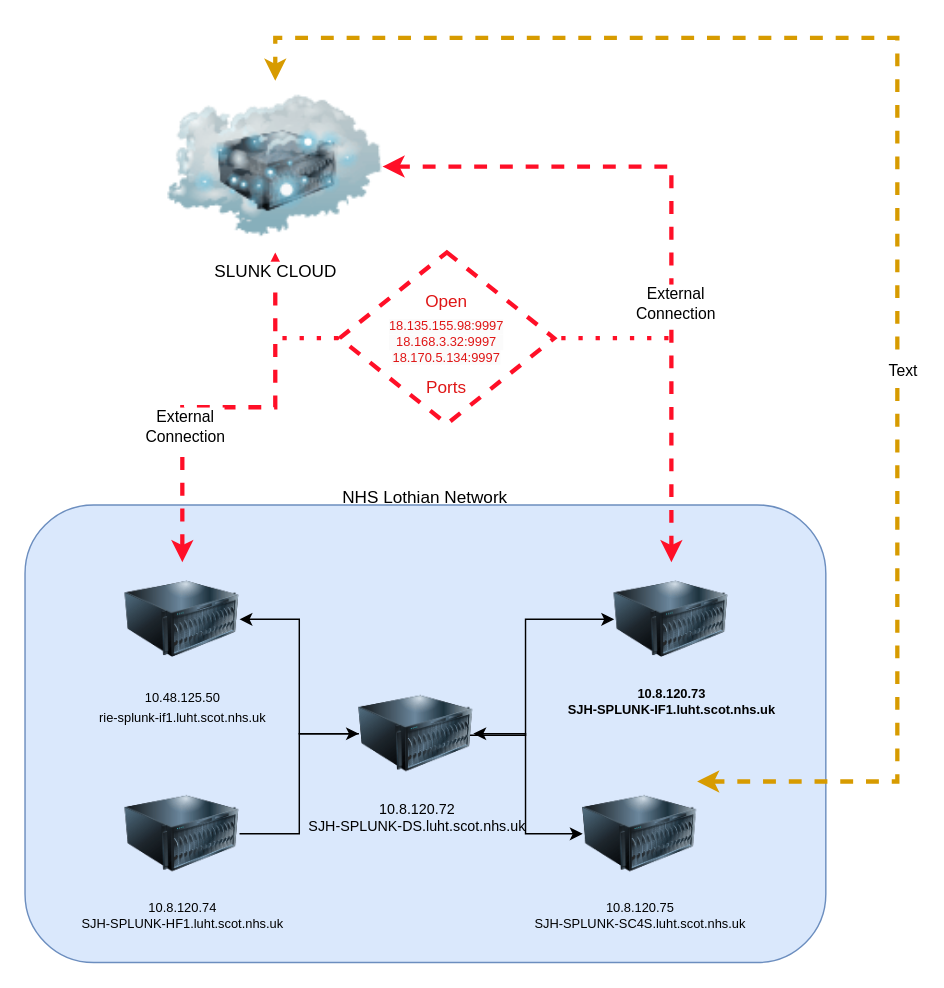
auchmon/auchmon keeps this draw.io diagram as SplunkIntegration.drawio. Above is the earlier version. Source tidied: cells renumbered, new cells numbered last; positions are measured from the earlier drawing's top-left corner, leaving out a move shared by most shapes. Both pictures are drawn from the tidied source at 143%, with x=0, y=0 at pixel (24, 37).
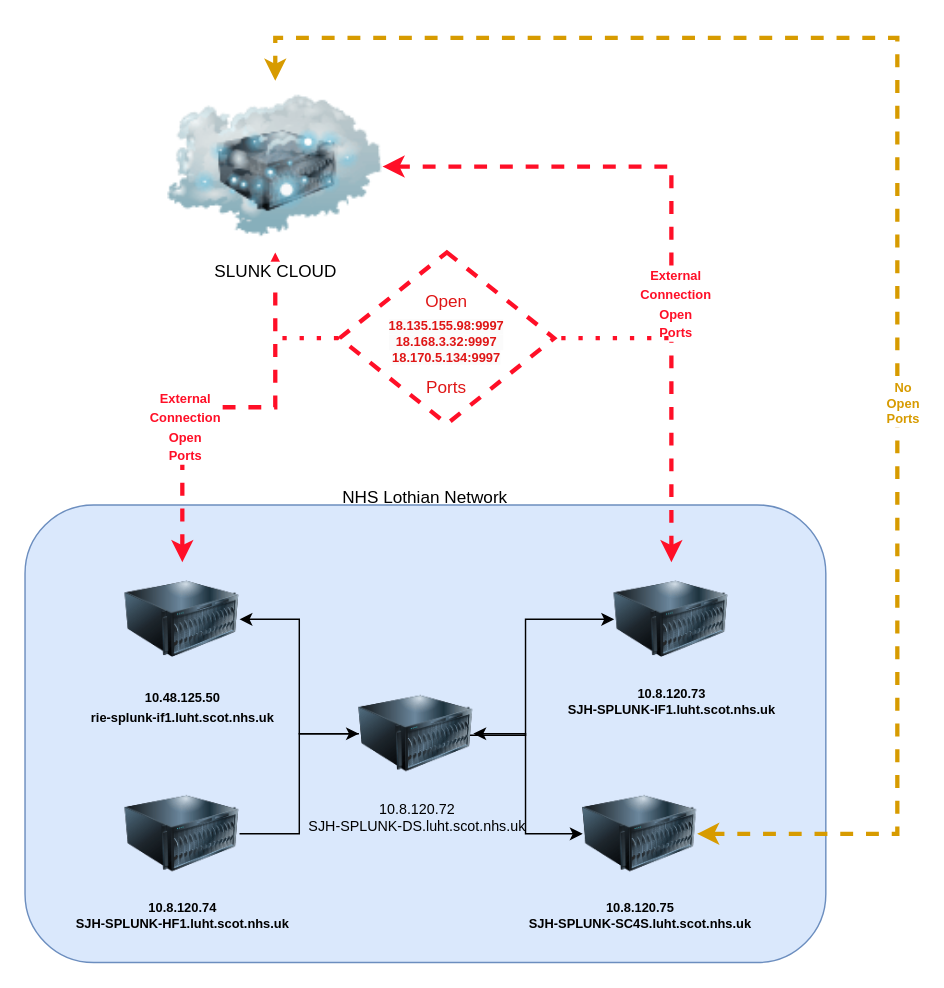
The same page after the edit.

The change refers to these unchanged cells:
```xml
<mxCell id="2" style="group;" parent="1" vertex="1">
  <mxGeometry x="30" y="306.6" width="530" height="340" as="geometry" />
</mxCell>
<mxCell id="14" style="edgeStyle=orthogonalEdgeStyle;rounded=0;jettySize=auto;html=1;startArrow=classic;startFill=1;dashed=1;fillColor=#f8cecc;strokeColor=#ff0f27;strokeWidth=3;" parent="1" edge="1" source="18" target="5">
  <mxGeometry relative="1" as="geometry" />
</mxCell>
<mxCell id="16" style="edgeStyle=orthogonalEdgeStyle;rounded=0;jettySize=auto;html=1;entryX=0.5;entryY=0;entryDx=0;entryDy=0;startArrow=classic;startFill=1;dashed=1;strokeWidth=3;fillColor=#f8cecc;strokeColor=#ff0f27;" parent="1" edge="1" source="18" target="6">
  <mxGeometry relative="1" as="geometry" />
</mxCell>
<mxCell id="18" value="SLUNK CLOUD" style="image;html=1;image=img/lib/clip_art/networking/Cloud_Server_128x128.png;" parent="1" vertex="1">
  <mxGeometry x="100" y="30" width="150" height="120" as="geometry" />
</mxCell>
```

What changed in the source:
```diff
@@
-    <mxCell id="5" value="&lt;font style=&quot;font-size: 9px;&quot;&gt;10.48.125.50 &lt;br&gt;rie-splunk-if1.luht.scot.nhs.uk&lt;/font&gt;" style="image;html=1;image=img/lib/clip_art/computers/Server_128x128.png;labelBackgroundColor=none;" parent="2" vertex="1">
+    <mxCell id="5" value="&lt;font style=&quot;font-size: 9px;&quot;&gt;10.48.125.50 &lt;br&gt;rie-splunk-if1.luht.scot.nhs.uk&lt;/font&gt;" style="image;html=1;image=img/lib/clip_art/computers/Server_128x128.png;labelBackgroundColor=none;fontStyle=1;" parent="2" vertex="1">
       <mxGeometry x="40" y="60" width="80" height="80" as="geometry" />
     </mxCell>
@@
-    <mxCell id="8" value="10.8.120.74 &lt;br style=&quot;font-size: 9px;&quot;&gt;SJH-SPLUNK-HF1.luht.scot.nhs.uk" style="image;html=1;image=img/lib/clip_art/computers/Server_128x128.png;fontSize=9;labelBackgroundColor=none;" parent="2" vertex="1">
+    <mxCell id="8" value="10.8.120.74 &lt;br style=&quot;font-size: 9px;&quot;&gt;SJH-SPLUNK-HF1.luht.scot.nhs.uk" style="image;html=1;image=img/lib/clip_art/computers/Server_128x128.png;fontSize=9;labelBackgroundColor=none;fontStyle=1;" parent="2" vertex="1">
       <mxGeometry x="40" y="210" width="80" height="80" as="geometry" />
     </mxCell>
@@
-    <mxCell id="10" value="10.8.120.75 &lt;br style=&quot;font-size: 9px;&quot;&gt;SJH-SPLUNK-SC4S.luht.scot.nhs.uk" style="image;html=1;image=img/lib/clip_art/computers/Server_128x128.png;labelBackgroundColor=none;fontSize=9;fontStyle=0;verticalAlign=top;" parent="2" vertex="1">
+    <mxCell id="10" value="10.8.120.75 &lt;br style=&quot;font-size: 9px;&quot;&gt;SJH-SPLUNK-SC4S.luht.scot.nhs.uk" style="image;html=1;image=img/lib/clip_art/computers/Server_128x128.png;labelBackgroundColor=none;fontSize=9;fontStyle=1;verticalAlign=top;" parent="2" vertex="1">
       <mxGeometry x="360" y="210" width="80" height="80" as="geometry" />
     </mxCell>
@@
-    <mxCell id="15" value="External&lt;br&gt;Connection" style="edgeLabel;html=1;align=center;verticalAlign=middle;" parent="14" vertex="1">
+    <mxCell id="15" value="&lt;font style=&quot;font-size: 9px;&quot;&gt;&lt;b&gt;&lt;font style=&quot;font-size: 9px;&quot; color=&quot;#ff0f27&quot;&gt;External&lt;br style=&quot;border-color: var(--border-color);&quot;&gt;&lt;/font&gt;&lt;span style=&quot;color: rgb(255, 15, 39);&quot;&gt;Connection&lt;/span&gt;&lt;br style=&quot;border-color: var(--border-color); color: rgb(255, 15, 39);&quot;&gt;&lt;span style=&quot;color: rgb(255, 15, 39);&quot;&gt;Open&lt;/span&gt;&lt;br style=&quot;border-color: var(--border-color); color: rgb(255, 15, 39);&quot;&gt;&lt;span style=&quot;color: rgb(255, 15, 39);&quot;&gt;Ports&lt;/span&gt;&lt;/b&gt;&lt;/font&gt;" style="edgeLabel;html=1;align=center;verticalAlign=middle;" parent="14" vertex="1">
       <mxGeometry x="0.32" y="1" relative="1" as="geometry" />
     </mxCell>
@@
-    <mxCell id="17" value="External&lt;br&gt;Connection" style="edgeLabel;html=1;align=center;verticalAlign=middle;" parent="16" vertex="1">
+    <mxCell id="17" value="&lt;font color=&quot;#ff0f27&quot; style=&quot;font-size: 9px;&quot;&gt;External&lt;br&gt;Connection&lt;br&gt;Open&lt;br&gt;Ports&lt;/font&gt;" style="edgeLabel;html=1;align=center;verticalAlign=middle;fontStyle=1;" parent="16" vertex="1">
       <mxGeometry x="0.24" y="2" relative="1" as="geometry" />
     </mxCell>
@@
-    <mxCell id="19" style="edgeStyle=orthogonalEdgeStyle;rounded=0;jettySize=auto;html=1;entryX=0.5;entryY=0;entryDx=0;entryDy=0;startArrow=classic;startFill=1;fillColor=#ffe6cc;strokeColor=#d79b00;dashed=1;strokeWidth=3;" parent="1" edge="1" source="10" target="18">
+    <mxCell id="19" style="edgeStyle=orthogonalEdgeStyle;rounded=0;jettySize=auto;html=1;entryX=0.5;entryY=0;entryDx=0;entryDy=0;startArrow=classic;startFill=1;fillColor=#ffe6cc;strokeColor=#d79b00;dashed=1;strokeWidth=3;exitX=1;exitY=0.5;exitDx=0;exitDy=0;" parent="1" edge="1" source="10" target="18">
       <mxGeometry relative="1" as="geometry">
         <Array as="points">
-          <mxPoint x="610" y="520" />
+          <mxPoint x="610" y="557" />
           <mxPoint x="610" />
           <mxPoint x="175" />
         </Array>
       </mxGeometry>
     </mxCell>
-    <mxCell id="20" value="Text" style="edgeLabel;html=1;align=center;verticalAlign=middle;" parent="19" vertex="1">
+    <mxCell id="20" value="No&lt;br style=&quot;font-size: 9px;&quot;&gt;Open&lt;br style=&quot;font-size: 9px;&quot;&gt;Ports" style="edgeLabel;html=1;align=center;verticalAlign=middle;fontSize=9;fontStyle=1;fontColor=#d79b00;" parent="19" vertex="1">
       <mxGeometry x="-0.24" y="-3" relative="1" as="geometry" />
     </mxCell>
@@
-    <mxCell id="22" value="&lt;div style=&quot;border-color: var(--border-color); font-family: Helvetica; font-size: 9px; font-style: normal; font-variant-ligatures: normal; font-variant-caps: normal; font-weight: 400; letter-spacing: normal; orphans: 2; text-indent: 0px; text-transform: none; widows: 2; word-spacing: 0px; -webkit-text-stroke-width: 0px; text-decoration-thickness: initial; text-decoration-style: initial; text-decoration-color: initial; background-color: rgb(251, 251, 251);&quot;&gt;&lt;span style=&quot;border-color: var(--border-color); background-color: initial; font-size: 9px;&quot;&gt;18.135.155.98:9997&lt;/span&gt;&lt;/div&gt;&lt;div style=&quot;border-color: var(--border-color); font-family: Helvetica; font-size: 9px; font-style: normal; font-variant-ligatures: normal; font-variant-caps: normal; font-weight: 400; letter-spacing: normal; orphans: 2; text-indent: 0px; text-transform: none; widows: 2; word-spacing: 0px; -webkit-text-stroke-width: 0px; text-decoration-thickness: initial; text-decoration-style: initial; text-decoration-color: initial; background-color: rgb(251, 251, 251);&quot;&gt;&lt;span style=&quot;border-color: var(--border-color); background-color: initial; font-size: 9px;&quot;&gt;18.168.3.32:9997&lt;/span&gt;&lt;/div&gt;&lt;span style=&quot;font-family: Helvetica; font-size: 9px; font-style: normal; font-variant-ligatures: normal; font-variant-caps: normal; font-weight: 400; letter-spacing: normal; orphans: 2; text-indent: 0px; text-transform: none; widows: 2; word-spacing: 0px; -webkit-text-stroke-width: 0px; background-color: rgb(251, 251, 251); text-decoration-thickness: initial; text-decoration-style: initial; text-decoration-color: initial; float: none; display: inline !important;&quot;&gt;18.170.5.134:9997&lt;/span&gt;" style="text;whiteSpace=wrap;html=1;fontSize=9;align=center;fontColor=#df1616;" parent="1" vertex="1">
+    <mxCell id="22" value="&lt;div style=&quot;border-color: var(--border-color); font-family: Helvetica; font-size: 9px; font-style: normal; font-variant-ligatures: normal; font-variant-caps: normal; letter-spacing: normal; orphans: 2; text-indent: 0px; text-transform: none; widows: 2; word-spacing: 0px; -webkit-text-stroke-width: 0px; text-decoration-thickness: initial; text-decoration-style: initial; text-decoration-color: initial; background-color: rgb(251, 251, 251);&quot;&gt;&lt;span style=&quot;border-color: var(--border-color); background-color: initial; font-size: 9px;&quot;&gt;18.135.155.98:9997&lt;/span&gt;&lt;/div&gt;&lt;div style=&quot;border-color: var(--border-color); font-family: Helvetica; font-size: 9px; font-style: normal; font-variant-ligatures: normal; font-variant-caps: normal; letter-spacing: normal; orphans: 2; text-indent: 0px; text-transform: none; widows: 2; word-spacing: 0px; -webkit-text-stroke-width: 0px; text-decoration-thickness: initial; text-decoration-style: initial; text-decoration-color: initial; background-color: rgb(251, 251, 251);&quot;&gt;&lt;span style=&quot;border-color: var(--border-color); background-color: initial; font-size: 9px;&quot;&gt;18.168.3.32:9997&lt;/span&gt;&lt;/div&gt;&lt;span style=&quot;font-family: Helvetica; font-size: 9px; font-style: normal; font-variant-ligatures: normal; font-variant-caps: normal; letter-spacing: normal; orphans: 2; text-indent: 0px; text-transform: none; widows: 2; word-spacing: 0px; -webkit-text-stroke-width: 0px; background-color: rgb(251, 251, 251); text-decoration-thickness: initial; text-decoration-style: initial; text-decoration-color: initial; float: none; display: inline !important;&quot;&gt;18.170.5.134:9997&lt;/span&gt;" style="text;whiteSpace=wrap;html=1;fontSize=9;align=center;fontColor=#df1616;fontStyle=1;" parent="1" vertex="1">
       <mxGeometry x="250" y="190" width="90" height="40" as="geometry" />
     </mxCell>
```
